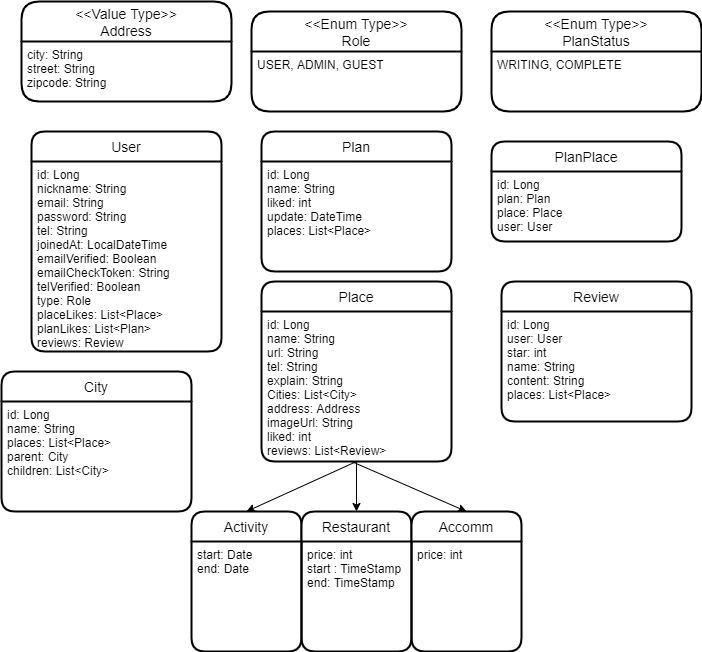
Before: Triplus_ERD.png, a diagram exported from draw.io (dooyeong20/special-trip). Source tidied: cells renumbered, new cells last; positions are measured from the earlier drawing's top-left corner, leaving out a move shared by most shapes.
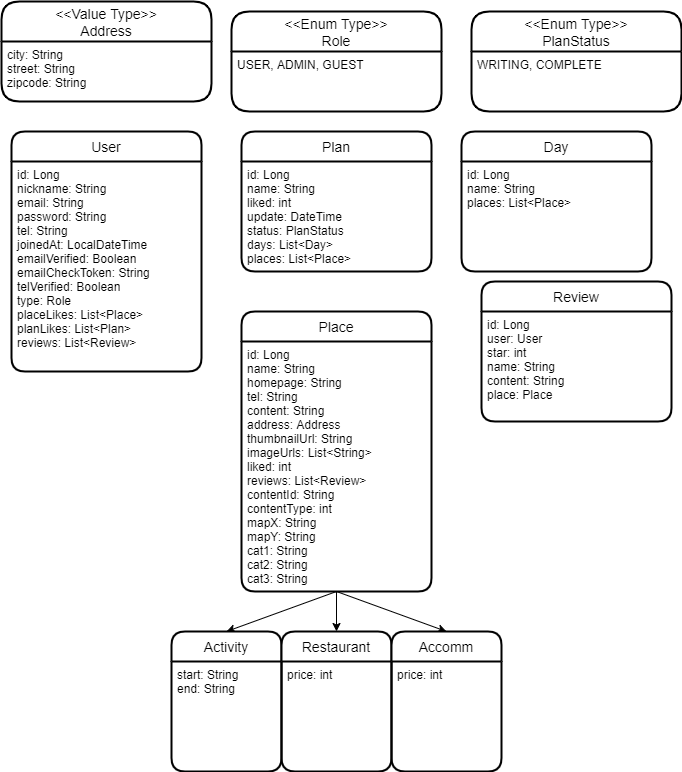
Later version of the same file.

The edit, as a diff of the source:
```diff
@@ -3,10 +3,10 @@
     <mxCell id="0" />
     <mxCell id="1" parent="0" />
     <mxCell id="2" value="User" style="swimlane;horizontal=1;startSize=30;rounded=1;fontSize=14;fontStyle=0;strokeWidth=2;shadow=0;dashed=0;align=center;" parent="1" vertex="1">
-      <mxGeometry x="30" y="130" width="190" height="220" as="geometry" />
+      <mxGeometry x="30" y="130" width="190" height="240" as="geometry" />
     </mxCell>
-    <mxCell id="3" value="id: Long&#10;nickname: String&#10;email: String&#10;password: String&#10;tel: String&#10;joinedAt: LocalDateTime&#10;emailVerified: Boolean&#10;emailCheckToken: String&#10;telVerified: Boolean&#10;type: Role&#10;placeLikes: List&lt;Place&gt;&#10;planLikes: List&lt;Plan&gt;&#10;reviews: Review" style="align=left;strokeColor=none;fillColor=none;spacingLeft=4;fontSize=12;verticalAlign=top;" parent="2" vertex="1">
-      <mxGeometry y="30" width="190" height="190" as="geometry" />
+    <mxCell id="3" value="id: Long&#10;nickname: String&#10;email: String&#10;password: String&#10;tel: String&#10;joinedAt: LocalDateTime&#10;emailVerified: Boolean&#10;emailCheckToken: String&#10;telVerified: Boolean&#10;type: Role&#10;placeLikes: List&lt;Place&gt;&#10;planLikes: List&lt;Plan&gt;&#10;reviews: List&lt;Review&gt;" style="align=left;strokeColor=none;fillColor=none;spacingLeft=4;fontSize=12;verticalAlign=top;" parent="2" vertex="1">
+      <mxGeometry y="30" width="190" height="210" as="geometry" />
     </mxCell>
     <mxCell id="4" value="&lt;&lt;Enum Type&gt;&gt;&#10;Role" style="swimlane;horizontal=1;startSize=40;rounded=1;fontSize=14;fontStyle=0;strokeWidth=2;shadow=0;dashed=0;align=center;" parent="1" vertex="1">
       <mxGeometry x="250" y="10" width="210" height="100" as="geometry" />
@@ -14,23 +14,17 @@
     <mxCell id="5" value="USER, ADMIN, GUEST" style="align=left;strokeColor=none;fillColor=none;spacingLeft=4;fontSize=12;verticalAlign=top;" parent="4" vertex="1">
       <mxGeometry y="40" width="210" height="60" as="geometry" />
     </mxCell>
-    <mxCell id="6" value="City" style="swimlane;horizontal=1;startSize=30;rounded=1;fontSize=14;fontStyle=0;strokeWidth=2;shadow=0;dashed=0;align=center;" parent="1" vertex="1">
-      <mxGeometry y="370" width="190" height="140" as="geometry" />
-    </mxCell>
-    <mxCell id="7" value="id: Long&#10;name: String&#10;places: List&lt;Place&gt;&#10;parent: City&#10;children: List&lt;City&gt;" style="align=left;strokeColor=none;fillColor=none;spacingLeft=4;fontSize=12;verticalAlign=top;" parent="6" vertex="1">
-      <mxGeometry y="30" width="190" height="110" as="geometry" />
-    </mxCell>
     <mxCell id="8" value="Plan" style="swimlane;horizontal=1;startSize=30;rounded=1;fontSize=14;fontStyle=0;strokeWidth=2;shadow=0;dashed=0;align=center;" parent="1" vertex="1">
       <mxGeometry x="260" y="130" width="190" height="140" as="geometry" />
     </mxCell>
-    <mxCell id="9" value="id: Long&#10;name: String&#10;liked: int&#10;update: DateTime&#10;places: List&lt;Place&gt;" style="align=left;strokeColor=none;fillColor=none;spacingLeft=4;fontSize=12;verticalAlign=top;" parent="8" vertex="1">
+    <mxCell id="9" value="id: Long&#10;name: String&#10;liked: int&#10;update: DateTime&#10;status: PlanStatus&#10;days: List&lt;Day&gt;&#10;places: List&lt;Place&gt;" style="align=left;strokeColor=none;fillColor=none;spacingLeft=4;fontSize=12;verticalAlign=top;" parent="8" vertex="1">
       <mxGeometry y="30" width="190" height="110" as="geometry" />
     </mxCell>
     <mxCell id="10" value="Place" style="swimlane;horizontal=1;startSize=30;rounded=1;fontSize=14;fontStyle=0;strokeWidth=2;shadow=0;dashed=0;align=center;" parent="1" vertex="1">
-      <mxGeometry x="260" y="280" width="190" height="180" as="geometry" />
+      <mxGeometry x="260" y="310" width="190" height="280" as="geometry" />
     </mxCell>
-    <mxCell id="11" value="id: Long&#10;name: String&#10;url: String&#10;tel: String&#10;explain: String&#10;Cities: List&lt;City&gt;&#10;address: Address&#10;imageUrl: String&#10;liked: int&#10;reviews: List&lt;Review&gt;" style="align=left;strokeColor=none;fillColor=none;spacingLeft=4;fontSize=12;verticalAlign=top;" parent="10" vertex="1">
-      <mxGeometry y="30" width="190" height="150" as="geometry" />
+    <mxCell id="11" value="id: Long&#10;name: String&#10;homepage: String&#10;tel: String&#10;content: String&#10;address: Address&#10;thumbnailUrl: String&#10;imageUrls: List&lt;String&gt;&#10;liked: int&#10;reviews: List&lt;Review&gt;&#10;contentId: String&#10;contentType: int&#10;mapX: String&#10;mapY: String&#10;cat1: String&#10;cat2: String&#10;cat3: String" style="align=left;strokeColor=none;fillColor=none;spacingLeft=4;fontSize=12;verticalAlign=top;" parent="10" vertex="1">
+      <mxGeometry y="30" width="190" height="250" as="geometry" />
     </mxCell>
     <mxCell id="12" value="&lt;&lt;Enum Type&gt;&gt;&#10;PlanStatus" style="swimlane;horizontal=1;startSize=40;rounded=1;fontSize=14;fontStyle=0;strokeWidth=2;shadow=0;dashed=0;align=center;" parent="1" vertex="1">
       <mxGeometry x="490" y="10" width="210" height="100" as="geometry" />
@@ -41,35 +35,27 @@
     <mxCell id="14" style="endArrow=classic;html=1;exitX=0.5;exitY=1;exitDx=0;exitDy=0;entryX=0.5;entryY=0;entryDx=0;entryDy=0;" parent="1" edge="1" source="11" target="16">
       <mxGeometry relative="1" as="geometry" />
     </mxCell>
-    <mxCell id="15" style="endArrow=classic;html=1;entryX=0.5;entryY=0;entryDx=0;entryDy=0;" parent="1" edge="1" target="26">
-      <mxGeometry relative="1" as="geometry">
-        <mxPoint x="350" y="460" as="sourcePoint" />
-      </mxGeometry>
+    <mxCell id="15" style="endArrow=classic;html=1;entryX=0.5;entryY=0;entryDx=0;entryDy=0;exitX=0.5;exitY=1;exitDx=0;exitDy=0;" parent="1" edge="1" source="11" target="26">
+      <mxGeometry relative="1" as="geometry" />
     </mxCell>
     <mxCell id="16" value="Activity" style="swimlane;horizontal=1;startSize=30;rounded=1;fontSize=14;fontStyle=0;strokeWidth=2;shadow=0;dashed=0;align=center;" parent="1" vertex="1">
-      <mxGeometry x="190" y="510" width="110" height="140" as="geometry" />
+      <mxGeometry x="190" y="630" width="110" height="140" as="geometry" />
     </mxCell>
-    <mxCell id="17" value="start: Date&#10;end: Date" style="align=left;strokeColor=none;fillColor=none;spacingLeft=4;fontSize=12;verticalAlign=top;" parent="16" vertex="1">
+    <mxCell id="17" value="start: String&#10;end: String" style="align=left;strokeColor=none;fillColor=none;spacingLeft=4;fontSize=12;verticalAlign=top;" parent="16" vertex="1">
       <mxGeometry y="30" width="110" height="110" as="geometry" />
     </mxCell>
     <mxCell id="18" value="Restaurant" style="swimlane;horizontal=1;startSize=30;rounded=1;fontSize=14;fontStyle=0;strokeWidth=2;shadow=0;dashed=0;align=center;" parent="1" vertex="1">
-      <mxGeometry x="300" y="510" width="110" height="140" as="geometry" />
+      <mxGeometry x="300" y="630" width="110" height="140" as="geometry" />
     </mxCell>
-    <mxCell id="19" value="price: int&#10;start : TimeStamp&#10;end: TimeStamp" style="align=left;strokeColor=none;fillColor=none;spacingLeft=4;fontSize=12;verticalAlign=top;" parent="18" vertex="1">
+    <mxCell id="19" value="price: int" style="align=left;strokeColor=none;fillColor=none;spacingLeft=4;fontSize=12;verticalAlign=top;" parent="18" vertex="1">
       <mxGeometry y="30" width="110" height="110" as="geometry" />
     </mxCell>
     <mxCell id="20" value="Review" style="swimlane;horizontal=1;startSize=30;rounded=1;fontSize=14;fontStyle=0;strokeWidth=2;shadow=0;dashed=0;align=center;" parent="1" vertex="1">
       <mxGeometry x="500" y="280" width="190" height="140" as="geometry" />
     </mxCell>
-    <mxCell id="21" value="id: Long&#10;user: User&#10;star: int&#10;name: String&#10;content: String&#10;places: List&lt;Place&gt;" style="align=left;strokeColor=none;fillColor=none;spacingLeft=4;fontSize=12;verticalAlign=top;" parent="20" vertex="1">
+    <mxCell id="21" value="id: Long&#10;user: User&#10;star: int&#10;name: String&#10;content: String&#10;place: Place" style="align=left;strokeColor=none;fillColor=none;spacingLeft=4;fontSize=12;verticalAlign=top;" parent="20" vertex="1">
       <mxGeometry y="30" width="190" height="110" as="geometry" />
     </mxCell>
-    <mxCell id="22" value="PlanPlace" style="swimlane;horizontal=1;startSize=30;rounded=1;fontSize=14;fontStyle=0;strokeWidth=2;shadow=0;dashed=0;align=center;" parent="1" vertex="1">
-      <mxGeometry x="490" y="140" width="190" height="100" as="geometry" />
-    </mxCell>
-    <mxCell id="23" value="id: Long&#10;plan: Plan&#10;place: Place&#10;user: User" style="align=left;strokeColor=none;fillColor=none;spacingLeft=4;fontSize=12;verticalAlign=top;" parent="22" vertex="1">
-      <mxGeometry y="30" width="190" height="70" as="geometry" />
-    </mxCell>
     <mxCell id="24" value="&lt;&lt;Value Type&gt;&gt;&#10;Address" style="swimlane;horizontal=1;startSize=40;rounded=1;fontSize=14;fontStyle=0;strokeWidth=2;shadow=0;dashed=0;align=center;" parent="1" vertex="1">
       <mxGeometry x="20" width="210" height="100" as="geometry" />
     </mxCell>
@@ -77,15 +63,19 @@
       <mxGeometry y="40" width="210" height="60" as="geometry" />
     </mxCell>
     <mxCell id="26" value="Accomm" style="swimlane;horizontal=1;startSize=30;rounded=1;fontSize=14;fontStyle=0;strokeWidth=2;shadow=0;dashed=0;align=center;" parent="1" vertex="1">
-      <mxGeometry x="410" y="510" width="110" height="140" as="geometry" />
+      <mxGeometry x="410" y="630" width="110" height="140" as="geometry" />
     </mxCell>
     <mxCell id="27" value="price: int" style="align=left;strokeColor=none;fillColor=none;spacingLeft=4;fontSize=12;verticalAlign=top;" parent="26" vertex="1">
       <mxGeometry y="30" width="110" height="110" as="geometry" />
     </mxCell>
-    <mxCell id="28" style="endArrow=classic;html=1;entryX=0.5;entryY=0;entryDx=0;entryDy=0;" parent="1" edge="1" target="18">
-      <mxGeometry relative="1" as="geometry">
-        <mxPoint x="355" y="460" as="sourcePoint" />
-      </mxGeometry>
+    <mxCell id="28" style="endArrow=classic;html=1;entryX=0.5;entryY=0;entryDx=0;entryDy=0;exitX=0.5;exitY=1;exitDx=0;exitDy=0;" parent="1" edge="1" source="11" target="18">
+      <mxGeometry relative="1" as="geometry" />
     </mxCell>
+    <mxCell id="29" value="Day" style="swimlane;horizontal=1;startSize=30;rounded=1;fontSize=14;fontStyle=0;strokeWidth=2;shadow=0;dashed=0;align=center;" parent="1" vertex="1">
+      <mxGeometry x="480" y="130" width="190" height="140" as="geometry" />
+    </mxCell>
+    <mxCell id="30" value="id: Long&#10;name: String&#10;places: List&lt;Place&gt;" style="align=left;strokeColor=none;fillColor=none;spacingLeft=4;fontSize=12;verticalAlign=top;" parent="29" vertex="1">
+      <mxGeometry y="30" width="190" height="110" as="geometry" />
+    </mxCell>
   </root>
 </mxGraphModel>
```
